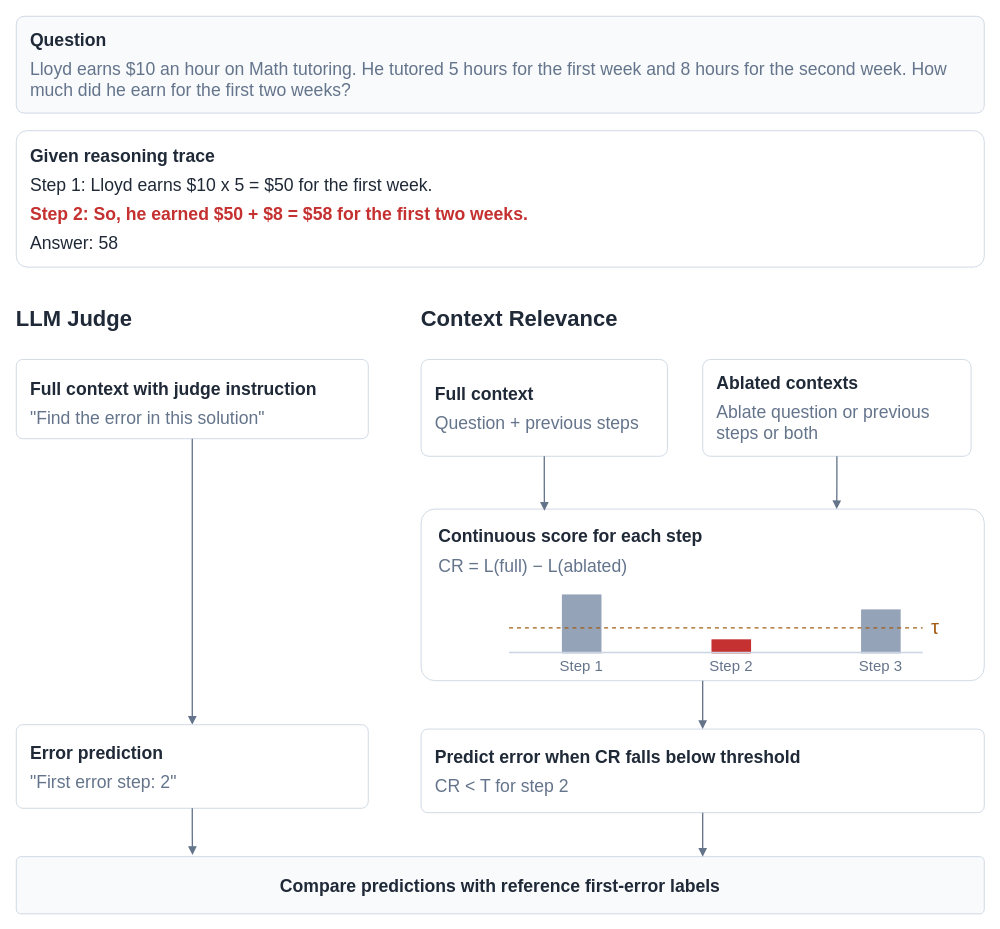
This is thesis/figures/experiment-overview.drawio from jafber/bachelor-thesis, a draw.io file, before an edit. Source tidied: cells renumbered, new cells numbered last; positions are measured from the earlier drawing's top-left corner, leaving out a move shared by most shapes. Both pictures are drawn from the tidied source at 88%, with x=0, y=0 at pixel (16, 16).
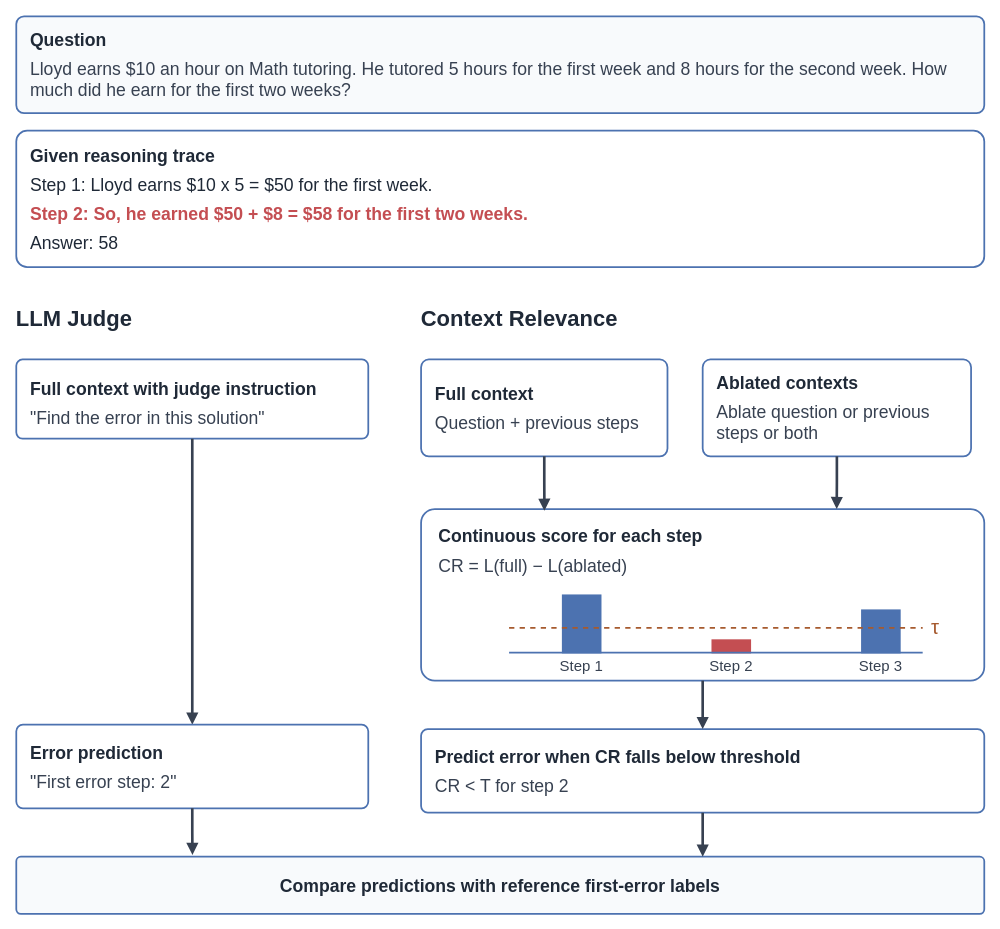
The same page after the edit.

Change to the diagram source:
```diff
@@
-    <mxCell id="2" value="&lt;b&gt;Question&lt;/b&gt;&lt;div style=&quot;margin-top:9px;color:#64748B&quot;&gt;Lloyd earns $10 an hour on Math tutoring. He tutored 5 hours for the first week and 8 hours for the second week. How much did he earn for the first two weeks?&lt;/div&gt;" style="rounded=1;arcSize=8;whiteSpace=wrap;html=1;align=left;verticalAlign=middle;spacing=16;strokeColor=#CBD5E1;fillColor=#FFFFFF;fontColor=#1F2937;fontSize=20;fontFamily=Arial;fillColor=#F8FAFC;" parent="1" vertex="1">
+    <mxCell id="2" value="&lt;b&gt;Question&lt;/b&gt;&lt;div style=&quot;margin-top:9px;color:#374151&quot;&gt;Lloyd earns $10 an hour on Math tutoring. He tutored 5 hours for the first week and 8 hours for the second week. How much did he earn for the first two weeks?&lt;/div&gt;" style="strokeWidth=2;rounded=1;arcSize=8;whiteSpace=wrap;html=1;align=left;verticalAlign=middle;spacing=16;strokeColor=#4C72B0;fillColor=#FFFFFF;fontColor=#1F2937;fontSize=20;fontFamily=Arial;fillColor=#F8FAFC;" parent="1" vertex="1">
       <mxGeometry width="1100" height="110" as="geometry" />
     </mxCell>
-    <mxCell id="3" value="&lt;b&gt;Given reasoning trace&lt;/b&gt;&lt;div style=&quot;margin-top: 9px; color: rgb(31, 41, 55);&quot;&gt;Step 1:  Lloyd earns $10 x 5 = $50 for the first week.&lt;/div&gt;&lt;div style=&quot;margin-top: 9px; color: rgb(197, 48, 48);&quot;&gt;&lt;b&gt;Step 2: So, he earned $50 + $8 = $58 for the first two weeks.&lt;/b&gt;&lt;/div&gt;&lt;div style=&quot;margin-top: 9px; color: rgb(31, 41, 55);&quot;&gt;Answer: 58&lt;/div&gt;" style="rounded=1;arcSize=8;whiteSpace=wrap;html=1;align=left;verticalAlign=middle;spacing=16;strokeColor=#CBD5E1;fillColor=#FFFFFF;fontColor=#1F2937;fontSize=20;fontFamily=Arial;" parent="1" vertex="1">
+    <mxCell id="3" value="&lt;b&gt;Given reasoning trace&lt;/b&gt;&lt;div style=&quot;margin-top: 9px; color: rgb(31, 41, 55);&quot;&gt;Step 1:  Lloyd earns $10 x 5 = $50 for the first week.&lt;/div&gt;&lt;div style=&quot;margin-top: 9px; color: rgb(196, 78, 82);&quot;&gt;&lt;b&gt;Step 2: So, he earned $50 + $8 = $58 for the first two weeks.&lt;/b&gt;&lt;/div&gt;&lt;div style=&quot;margin-top: 9px; color: rgb(31, 41, 55);&quot;&gt;Answer: 58&lt;/div&gt;" style="strokeWidth=2;rounded=1;arcSize=8;whiteSpace=wrap;html=1;align=left;verticalAlign=middle;spacing=16;strokeColor=#4C72B0;fillColor=#FFFFFF;fontColor=#1F2937;fontSize=20;fontFamily=Arial;" parent="1" vertex="1">
       <mxGeometry y="130" width="1100" height="155" as="geometry" />
     </mxCell>
-    <mxCell id="4" value="LLM Judge" style="rounded=1;arcSize=8;whiteSpace=wrap;html=1;align=left;verticalAlign=middle;spacing=16;strokeColor=#CBD5E1;fillColor=#FFFFFF;fontColor=#1F2937;fontSize=20;fontFamily=Arial;strokeColor=none;fillColor=none;spacing=0;fontSize=25;fontStyle=1;" parent="1" vertex="1">
+    <mxCell id="4" value="LLM Judge" style="strokeWidth=2;rounded=1;arcSize=8;whiteSpace=wrap;html=1;align=left;verticalAlign=middle;spacing=16;strokeColor=#4C72B0;fillColor=#FFFFFF;fontColor=#1F2937;fontSize=20;fontFamily=Arial;strokeColor=none;fillColor=none;spacing=0;fontSize=25;fontStyle=1;" parent="1" vertex="1">
       <mxGeometry y="325" width="400" height="35" as="geometry" />
     </mxCell>
-    <mxCell id="5" value="Context Relevance" style="rounded=1;arcSize=8;whiteSpace=wrap;html=1;align=left;verticalAlign=middle;spacing=16;strokeColor=#CBD5E1;fillColor=#FFFFFF;fontColor=#1F2937;fontSize=20;fontFamily=Arial;strokeColor=none;fillColor=none;spacing=0;fontSize=25;fontStyle=1;" parent="1" vertex="1">
+    <mxCell id="5" value="Context Relevance" style="strokeWidth=2;rounded=1;arcSize=8;whiteSpace=wrap;html=1;align=left;verticalAlign=middle;spacing=16;strokeColor=#4C72B0;fillColor=#FFFFFF;fontColor=#1F2937;fontSize=20;fontFamily=Arial;strokeColor=none;fillColor=none;spacing=0;fontSize=25;fontStyle=1;" parent="1" vertex="1">
       <mxGeometry x="460" y="325" width="640" height="35" as="geometry" />
     </mxCell>
-    <mxCell id="6" value="&lt;div style=&quot;margin-top: 9px; color: rgb(100, 116, 139);&quot;&gt;&lt;b style=&quot;color: rgb(31, 41, 55);&quot;&gt;Full context with judge instruction&lt;/b&gt;&lt;/div&gt;&lt;div style=&quot;margin-top: 9px; color: rgb(100, 116, 139);&quot;&gt;&quot;Find the error in this solution&quot;&lt;/div&gt;" style="rounded=1;arcSize=8;whiteSpace=wrap;html=1;align=left;verticalAlign=middle;spacing=16;strokeColor=#CBD5E1;fillColor=#FFFFFF;fontColor=#1F2937;fontSize=20;fontFamily=Arial;" parent="1" vertex="1">
+    <mxCell id="6" value="&lt;div style=&quot;margin-top: 9px; color: rgb(55, 65, 81);&quot;&gt;&lt;b style=&quot;color: rgb(31, 41, 55);&quot;&gt;Full context with judge instruction&lt;/b&gt;&lt;/div&gt;&lt;div style=&quot;margin-top: 9px; color: rgb(55, 65, 81);&quot;&gt;&quot;Find the error in this solution&quot;&lt;/div&gt;" style="strokeWidth=2;rounded=1;arcSize=8;whiteSpace=wrap;html=1;align=left;verticalAlign=middle;spacing=16;strokeColor=#4C72B0;fillColor=#FFFFFF;fontColor=#1F2937;fontSize=20;fontFamily=Arial;" parent="1" vertex="1">
       <mxGeometry y="390" width="400" height="90" as="geometry" />
     </mxCell>
-    <mxCell id="7" value="&lt;b&gt;Full context&lt;/b&gt;&lt;div style=&quot;margin-top:9px;color:#64748B&quot;&gt;Question + previous steps&lt;/div&gt;" style="rounded=1;arcSize=8;whiteSpace=wrap;html=1;align=left;verticalAlign=middle;spacing=16;strokeColor=#CBD5E1;fillColor=#FFFFFF;fontColor=#1F2937;fontSize=20;fontFamily=Arial;" parent="1" vertex="1">
+    <mxCell id="7" value="&lt;b&gt;Full context&lt;/b&gt;&lt;div style=&quot;margin-top:9px;color:#374151&quot;&gt;Question + previous steps&lt;/div&gt;" style="strokeWidth=2;rounded=1;arcSize=8;whiteSpace=wrap;html=1;align=left;verticalAlign=middle;spacing=16;strokeColor=#4C72B0;fillColor=#FFFFFF;fontColor=#1F2937;fontSize=20;fontFamily=Arial;" parent="1" vertex="1">
       <mxGeometry x="460" y="390" width="280" height="110" as="geometry" />
     </mxCell>
-    <mxCell id="8" value="&lt;b&gt;Ablated contexts&lt;/b&gt;&lt;div style=&quot;margin-top: 9px; color: rgb(100, 116, 139);&quot;&gt;Ablate question or previous steps or both&lt;/div&gt;" style="rounded=1;arcSize=8;whiteSpace=wrap;html=1;align=left;verticalAlign=middle;spacing=16;strokeColor=#CBD5E1;fillColor=#FFFFFF;fontColor=#1F2937;fontSize=20;fontFamily=Arial;" parent="1" vertex="1">
+    <mxCell id="8" value="&lt;b&gt;Ablated contexts&lt;/b&gt;&lt;div style=&quot;margin-top: 9px; color: rgb(55, 65, 81);&quot;&gt;Ablate question or previous steps or both&lt;/div&gt;" style="strokeWidth=2;rounded=1;arcSize=8;whiteSpace=wrap;html=1;align=left;verticalAlign=middle;spacing=16;strokeColor=#4C72B0;fillColor=#FFFFFF;fontColor=#1F2937;fontSize=20;fontFamily=Arial;" parent="1" vertex="1">
       <mxGeometry x="780" y="390" width="305" height="110" as="geometry" />
     </mxCell>
-    <mxCell id="9" style="rounded=1;arcSize=8;whiteSpace=wrap;html=1;align=left;verticalAlign=middle;spacing=16;strokeColor=#CBD5E1;fillColor=#FFFFFF;fontColor=#1F2937;fontSize=20;fontFamily=Arial;" parent="1" vertex="1">
+    <mxCell id="9" style="strokeWidth=2;rounded=1;arcSize=8;whiteSpace=wrap;html=1;align=left;verticalAlign=middle;spacing=16;strokeColor=#4C72B0;fillColor=#FFFFFF;fontColor=#1F2937;fontSize=20;fontFamily=Arial;" parent="1" vertex="1">
       <mxGeometry x="460" y="560" width="640" height="195" as="geometry" />
     </mxCell>
-    <mxCell id="10" value="&lt;b&gt;Continuous score for each step&lt;/b&gt;" style="rounded=1;arcSize=8;whiteSpace=wrap;html=1;align=left;verticalAlign=middle;spacing=16;strokeColor=#CBD5E1;fillColor=#FFFFFF;fontColor=#1F2937;fontSize=20;fontFamily=Arial;strokeColor=none;fillColor=none;spacing=0;" parent="1" vertex="1">
+    <mxCell id="10" value="&lt;b&gt;Continuous score for each step&lt;/b&gt;" style="strokeWidth=2;rounded=1;arcSize=8;whiteSpace=wrap;html=1;align=left;verticalAlign=middle;spacing=16;strokeColor=#4C72B0;fillColor=#FFFFFF;fontColor=#1F2937;fontSize=20;fontFamily=Arial;strokeColor=none;fillColor=none;spacing=0;" parent="1" vertex="1">
       <mxGeometry x="480" y="575" width="600" height="30" as="geometry" />
     </mxCell>
-    <mxCell id="11" value="CR = L(full) − L(ablated)" style="rounded=1;arcSize=8;whiteSpace=wrap;html=1;align=left;verticalAlign=middle;spacing=16;strokeColor=#CBD5E1;fillColor=#FFFFFF;fontColor=#1F2937;fontSize=20;fontFamily=Arial;strokeColor=none;fillColor=none;spacing=0;fontColor=#64748B;" parent="1" vertex="1">
+    <mxCell id="11" value="CR = L(full) − L(ablated)" style="strokeWidth=2;rounded=1;arcSize=8;whiteSpace=wrap;html=1;align=left;verticalAlign=middle;spacing=16;strokeColor=#4C72B0;fillColor=#FFFFFF;fontColor=#1F2937;fontSize=20;fontFamily=Arial;strokeColor=none;fillColor=none;spacing=0;fontColor=#374151;" parent="1" vertex="1">
       <mxGeometry x="480" y="610" width="600" height="27" as="geometry" />
     </mxCell>
-    <mxCell id="12" style="rounded=1;arcSize=8;whiteSpace=wrap;html=1;align=left;verticalAlign=middle;spacing=16;strokeColor=#CBD5E1;fillColor=#FFFFFF;fontColor=#1F2937;fontSize=20;fontFamily=Arial;rounded=0;strokeColor=none;fillColor=#94A3B8;" parent="1" vertex="1">
+    <mxCell id="12" style="strokeWidth=2;rounded=1;arcSize=8;whiteSpace=wrap;html=1;align=left;verticalAlign=middle;spacing=16;strokeColor=#4C72B0;fillColor=#FFFFFF;fontColor=#1F2937;fontSize=20;fontFamily=Arial;rounded=0;strokeColor=none;fillColor=#4C72B0;" parent="1" vertex="1">
       <mxGeometry x="620" y="657" width="45" height="67" as="geometry" />
     </mxCell>
-    <mxCell id="13" style="rounded=1;arcSize=8;whiteSpace=wrap;html=1;align=left;verticalAlign=middle;spacing=16;strokeColor=#CBD5E1;fillColor=#FFFFFF;fontColor=#1F2937;fontSize=20;fontFamily=Arial;rounded=0;strokeColor=none;fillColor=#C53030;" parent="1" vertex="1">
+    <mxCell id="13" style="strokeWidth=2;rounded=1;arcSize=8;whiteSpace=wrap;html=1;align=left;verticalAlign=middle;spacing=16;strokeColor=#4C72B0;fillColor=#FFFFFF;fontColor=#1F2937;fontSize=20;fontFamily=Arial;rounded=0;strokeColor=none;fillColor=#C44E52;" parent="1" vertex="1">
       <mxGeometry x="790" y="708" width="45" height="16" as="geometry" />
     </mxCell>
-    <mxCell id="14" style="rounded=1;arcSize=8;whiteSpace=wrap;html=1;align=left;verticalAlign=middle;spacing=16;strokeColor=#CBD5E1;fillColor=#FFFFFF;fontColor=#1F2937;fontSize=20;fontFamily=Arial;rounded=0;strokeColor=none;fillColor=#94A3B8;" parent="1" vertex="1">
+    <mxCell id="14" style="strokeWidth=2;rounded=1;arcSize=8;whiteSpace=wrap;html=1;align=left;verticalAlign=middle;spacing=16;strokeColor=#4C72B0;fillColor=#FFFFFF;fontColor=#1F2937;fontSize=20;fontFamily=Arial;rounded=0;strokeColor=none;fillColor=#4C72B0;" parent="1" vertex="1">
       <mxGeometry x="960" y="674" width="45" height="50" as="geometry" />
     </mxCell>
-    <mxCell id="15" value="Step 1" style="rounded=1;arcSize=8;whiteSpace=wrap;html=1;align=left;verticalAlign=middle;spacing=16;strokeColor=#CBD5E1;fillColor=#FFFFFF;fontColor=#1F2937;fontSize=20;fontFamily=Arial;strokeColor=none;fillColor=none;spacing=0;align=center;fontSize=17;fontColor=#64748B;" parent="1" vertex="1">
+    <mxCell id="15" value="Step 1" style="strokeWidth=2;rounded=1;arcSize=8;whiteSpace=wrap;html=1;align=left;verticalAlign=middle;spacing=16;strokeColor=#4C72B0;fillColor=#FFFFFF;fontColor=#1F2937;fontSize=20;fontFamily=Arial;strokeColor=none;fillColor=none;spacing=0;align=center;fontSize=17;fontColor=#374151;" parent="1" vertex="1">
       <mxGeometry x="590" y="727" width="105" height="23" as="geometry" />
     </mxCell>
-    <mxCell id="16" value="Step 2" style="rounded=1;arcSize=8;whiteSpace=wrap;html=1;align=left;verticalAlign=middle;spacing=16;strokeColor=#CBD5E1;fillColor=#FFFFFF;fontColor=#1F2937;fontSize=20;fontFamily=Arial;strokeColor=none;fillColor=none;spacing=0;align=center;fontSize=17;fontColor=#64748B;" parent="1" vertex="1">
+    <mxCell id="16" value="Step 2" style="strokeWidth=2;rounded=1;arcSize=8;whiteSpace=wrap;html=1;align=left;verticalAlign=middle;spacing=16;strokeColor=#4C72B0;fillColor=#FFFFFF;fontColor=#1F2937;fontSize=20;fontFamily=Arial;strokeColor=none;fillColor=none;spacing=0;align=center;fontSize=17;fontColor=#374151;" parent="1" vertex="1">
       <mxGeometry x="760" y="727" width="105" height="23" as="geometry" />
     </mxCell>
-    <mxCell id="17" value="Step 3" style="rounded=1;arcSize=8;whiteSpace=wrap;html=1;align=left;verticalAlign=middle;spacing=16;strokeColor=#CBD5E1;fillColor=#FFFFFF;fontColor=#1F2937;fontSize=20;fontFamily=Arial;strokeColor=none;fillColor=none;spacing=0;align=center;fontSize=17;fontColor=#64748B;" parent="1" vertex="1">
+    <mxCell id="17" value="Step 3" style="strokeWidth=2;rounded=1;arcSize=8;whiteSpace=wrap;html=1;align=left;verticalAlign=middle;spacing=16;strokeColor=#4C72B0;fillColor=#FFFFFF;fontColor=#1F2937;fontSize=20;fontFamily=Arial;strokeColor=none;fillColor=none;spacing=0;align=center;fontSize=17;fontColor=#374151;" parent="1" vertex="1">
       <mxGeometry x="930" y="727" width="105" height="23" as="geometry" />
     </mxCell>
-    <mxCell id="18" style="endArrow=none;dashed=1;strokeColor=#A35D12;strokeWidth=1.5;" parent="1" edge="1">
+    <mxCell id="18" style="strokeWidth=2;endArrow=none;dashed=1;strokeColor=#A65A2E;" parent="1" edge="1">
       <mxGeometry relative="1" as="geometry">
         <mxPoint x="560" y="695" as="sourcePoint" />
         <mxPoint x="1030" y="695" as="targetPoint" />
       </mxGeometry>
     </mxCell>
-    <mxCell id="19" value="τ" style="rounded=1;arcSize=8;whiteSpace=wrap;html=1;align=left;verticalAlign=middle;spacing=16;strokeColor=#CBD5E1;fillColor=#FFFFFF;fontColor=#1F2937;fontSize=20;fontFamily=Arial;strokeColor=none;fillColor=none;spacing=0;fontColor=#A35D12;fontSize=23;" parent="1" vertex="1">
+    <mxCell id="19" value="τ" style="strokeWidth=2;rounded=1;arcSize=8;whiteSpace=wrap;html=1;align=left;verticalAlign=middle;spacing=16;strokeColor=#4C72B0;fillColor=#FFFFFF;fontColor=#1F2937;fontSize=20;fontFamily=Arial;strokeColor=none;fillColor=none;spacing=0;fontColor=#A65A2E;fontSize=23;" parent="1" vertex="1">
       <mxGeometry x="1040" y="680" width="45" height="30" as="geometry" />
     </mxCell>
-    <mxCell id="20" style="edgeStyle=orthogonalEdgeStyle;rounded=0;html=1;strokeColor=#64748B;strokeWidth=1.5;endArrow=block;endFill=1;exitX=0.5;exitY=1;entryX=0.738;entryY=0;entryDx=0;entryDy=0;entryPerimeter=0;" parent="1" edge="1" source="8" target="9">
+    <mxCell id="20" style="strokeWidth=3;edgeStyle=orthogonalEdgeStyle;rounded=0;html=1;strokeColor=#374151;endArrow=block;endFill=1;exitX=0.5;exitY=1;entryX=0.738;entryY=0;entryDx=0;entryDy=0;entryPerimeter=0;" parent="1" edge="1" source="8" target="9">
       <mxGeometry relative="1" as="geometry" />
     </mxCell>
-    <mxCell id="21" value="&lt;b&gt;Predict error when CR falls below threshold&lt;/b&gt;&lt;br&gt;&lt;div style=&quot;margin-top: 9px; color: rgb(100, 116, 139);&quot;&gt;CR &amp;lt; T for step 2&lt;/div&gt;" style="rounded=1;arcSize=8;whiteSpace=wrap;html=1;align=left;verticalAlign=middle;spacing=16;strokeColor=#CBD5E1;fillColor=#FFFFFF;fontColor=#1F2937;fontSize=20;fontFamily=Arial;" parent="1" vertex="1">
+    <mxCell id="21" value="&lt;b&gt;Predict error when CR falls below threshold&lt;/b&gt;&lt;br&gt;&lt;div style=&quot;margin-top: 9px; color: rgb(55, 65, 81);&quot;&gt;CR &amp;lt; T for step 2&lt;/div&gt;" style="strokeWidth=2;rounded=1;arcSize=8;whiteSpace=wrap;html=1;align=left;verticalAlign=middle;spacing=16;strokeColor=#4C72B0;fillColor=#FFFFFF;fontColor=#1F2937;fontSize=20;fontFamily=Arial;" parent="1" vertex="1">
       <mxGeometry x="460" y="810" width="640" height="95" as="geometry" />
     </mxCell>
-    <mxCell id="22" style="edgeStyle=orthogonalEdgeStyle;rounded=0;html=1;strokeColor=#64748B;strokeWidth=1.5;endArrow=block;endFill=1;exitX=0.5;exitY=1;" parent="1" edge="1" source="6" target="26">
+    <mxCell id="22" style="strokeWidth=3;edgeStyle=orthogonalEdgeStyle;rounded=0;html=1;strokeColor=#374151;endArrow=block;endFill=1;exitX=0.5;exitY=1;" parent="1" edge="1" source="6" target="26">
       <mxGeometry relative="1" as="geometry" />
     </mxCell>
-    <mxCell id="23" style="edgeStyle=orthogonalEdgeStyle;rounded=0;html=1;strokeColor=#64748B;strokeWidth=1.5;endArrow=block;endFill=1;exitX=0.5;exitY=1;entryX=0.5;entryY=0;" parent="1" edge="1" source="9" target="21">
+    <mxCell id="23" style="strokeWidth=3;edgeStyle=orthogonalEdgeStyle;rounded=0;html=1;strokeColor=#374151;endArrow=block;endFill=1;exitX=0.5;exitY=1;entryX=0.5;entryY=0;" parent="1" edge="1" source="9" target="21">
       <mxGeometry relative="1" as="geometry" />
     </mxCell>
-    <mxCell id="24" value="&lt;b&gt;Compare predictions with reference first-error labels&lt;/b&gt;" style="rounded=1;arcSize=8;whiteSpace=wrap;html=1;align=left;verticalAlign=middle;spacing=16;strokeColor=#CBD5E1;fillColor=#FFFFFF;fontColor=#1F2937;fontSize=20;fontFamily=Arial;fillColor=#F8FAFC;align=center;" parent="1" vertex="1">
+    <mxCell id="24" value="&lt;b&gt;Compare predictions with reference first-error labels&lt;/b&gt;" style="strokeWidth=2;rounded=1;arcSize=8;whiteSpace=wrap;html=1;align=left;verticalAlign=middle;spacing=16;strokeColor=#4C72B0;fillColor=#FFFFFF;fontColor=#1F2937;fontSize=20;fontFamily=Arial;fillColor=#F8FAFC;align=center;" parent="1" vertex="1">
       <mxGeometry y="955" width="1100" height="65" as="geometry" />
     </mxCell>
-    <mxCell id="25" style="edgeStyle=orthogonalEdgeStyle;rounded=0;html=1;strokeColor=#64748B;strokeWidth=1.5;endArrow=block;endFill=1;exitX=0.5;exitY=1;entryX=0.7091;entryY=0;" parent="1" edge="1" source="21" target="24">
+    <mxCell id="25" style="strokeWidth=3;edgeStyle=orthogonalEdgeStyle;rounded=0;html=1;strokeColor=#374151;endArrow=block;endFill=1;exitX=0.5;exitY=1;entryX=0.7091;entryY=0;" parent="1" edge="1" source="21" target="24">
       <mxGeometry relative="1" as="geometry" />
     </mxCell>
-    <mxCell id="26" value="&lt;div&gt;&lt;b&gt;Error prediction&lt;/b&gt;&lt;div style=&quot;margin-top: 9px; color: rgb(100, 116, 139);&quot;&gt;&quot;First error step: 2&quot;&lt;/div&gt;&lt;/div&gt;" style="rounded=1;arcSize=8;whiteSpace=wrap;html=1;align=left;verticalAlign=middle;spacing=16;strokeColor=#CBD5E1;fillColor=#FFFFFF;fontColor=#1F2937;fontSize=20;fontFamily=Arial;" parent="1" vertex="1">
+    <mxCell id="26" value="&lt;div&gt;&lt;b&gt;Error prediction&lt;/b&gt;&lt;div style=&quot;margin-top: 9px; color: rgb(55, 65, 81);&quot;&gt;&quot;First error step: 2&quot;&lt;/div&gt;&lt;/div&gt;" style="strokeWidth=2;rounded=1;arcSize=8;whiteSpace=wrap;html=1;align=left;verticalAlign=middle;spacing=16;strokeColor=#4C72B0;fillColor=#FFFFFF;fontColor=#1F2937;fontSize=20;fontFamily=Arial;" parent="1" vertex="1">
       <mxGeometry y="805" width="400" height="95" as="geometry" />
     </mxCell>
-    <mxCell id="27" style="edgeStyle=orthogonalEdgeStyle;rounded=0;html=1;strokeColor=#64748B;strokeWidth=1.5;endArrow=block;endFill=1;entryX=0.182;entryY=-0.031;entryDx=0;entryDy=0;entryPerimeter=0;" parent="1" edge="1" source="26" target="24">
+    <mxCell id="27" style="strokeWidth=3;edgeStyle=orthogonalEdgeStyle;rounded=0;html=1;strokeColor=#374151;endArrow=block;endFill=1;entryX=0.182;entryY=-0.031;entryDx=0;entryDy=0;entryPerimeter=0;" parent="1" edge="1" source="26" target="24">
       <mxGeometry x="-0.79" relative="1" as="geometry" />
     </mxCell>
-    <mxCell id="28" style="edgeStyle=orthogonalEdgeStyle;rounded=0;html=1;strokeColor=#64748B;strokeWidth=1.5;endArrow=block;endFill=1;entryX=0.219;entryY=0.01;entryDx=0;entryDy=0;entryPerimeter=0;" parent="1" edge="1" source="7" target="9">
+    <mxCell id="28" style="strokeWidth=3;edgeStyle=orthogonalEdgeStyle;rounded=0;html=1;strokeColor=#374151;endArrow=block;endFill=1;entryX=0.219;entryY=0.01;entryDx=0;entryDy=0;entryPerimeter=0;" parent="1" edge="1" source="7" target="9">
       <mxGeometry relative="1" as="geometry" />
     </mxCell>
-    <mxCell id="29" style="endArrow=none;strokeColor=#CBD5E1;strokeWidth=1.5;" parent="1" edge="1">
+    <mxCell id="29" style="strokeWidth=2;endArrow=none;strokeColor=#4C72B0;" parent="1" edge="1">
       <mxGeometry relative="1" as="geometry">
         <mxPoint x="560" y="723" as="sourcePoint" />
         <mxPoint x="1030" y="723" as="targetPoint" />
       </mxGeometry>
     </mxCell>
```
